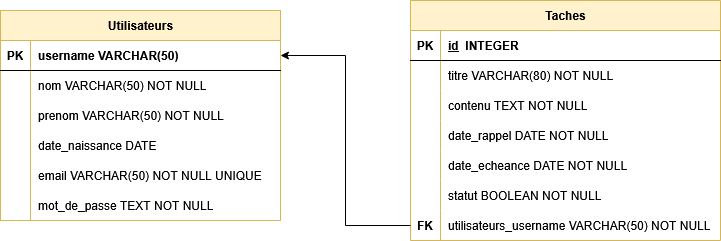
Before: Projet/Remise2/attachments/DB-SchemaLogique.drawio.png, a diagram exported from draw.io (obiard-ind/web). Source tidied: cells renumbered, new cells last; positions are measured from the earlier drawing's top-left corner, leaving out a move shared by most shapes.
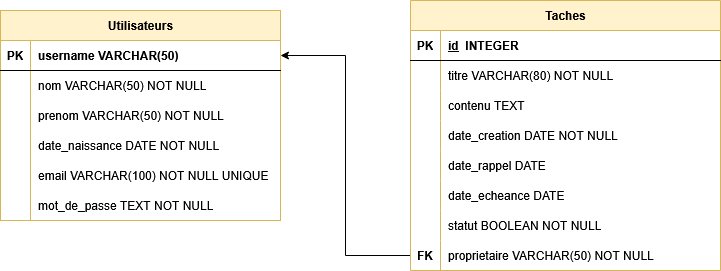
Above is the later version.

Commit message:
Update : schema logique DB

Diff of the diagram source:
```diff
@@ -38,7 +38,7 @@
     <mxCell id="13" style="shape=partialRectangle;fillColor=none;top=0;left=0;bottom=0;right=0;overflow=hidden;whiteSpace=wrap;html=1;" parent="12" vertex="1">
       <mxGeometry width="30" height="30" as="geometry" />
     </mxCell>
-    <mxCell id="14" value="date_naissance DATE" style="shape=partialRectangle;fillColor=none;top=0;left=0;bottom=0;right=0;align=left;spacingLeft=6;overflow=hidden;whiteSpace=wrap;html=1;" parent="12" vertex="1">
+    <mxCell id="14" value="date_naissance DATE NOT NULL" style="shape=partialRectangle;fillColor=none;top=0;left=0;bottom=0;right=0;align=left;spacingLeft=6;overflow=hidden;whiteSpace=wrap;html=1;" parent="12" vertex="1">
       <mxGeometry x="30" width="250" height="30" as="geometry" />
     </mxCell>
     <mxCell id="15" style="shape=tableRow;horizontal=0;startSize=0;swimlaneHead=0;swimlaneBody=0;fillColor=none;top=0;left=0;right=0;bottom=0;" parent="2" vertex="1">
@@ -47,7 +47,7 @@
     <mxCell id="16" style="shape=partialRectangle;fillColor=none;top=0;left=0;bottom=0;right=0;overflow=hidden;whiteSpace=wrap;html=1;" parent="15" vertex="1">
       <mxGeometry width="30" height="30" as="geometry" />
     </mxCell>
-    <mxCell id="17" value="email VARCHAR(50) NOT NULL UNIQUE" style="shape=partialRectangle;fillColor=none;top=0;left=0;bottom=0;right=0;align=left;spacingLeft=6;overflow=hidden;whiteSpace=wrap;html=1;" parent="15" vertex="1">
+    <mxCell id="17" value="email VARCHAR(100) NOT NULL UNIQUE" style="shape=partialRectangle;fillColor=none;top=0;left=0;bottom=0;right=0;align=left;spacingLeft=6;overflow=hidden;whiteSpace=wrap;html=1;" parent="15" vertex="1">
       <mxGeometry x="30" width="250" height="30" as="geometry" />
     </mxCell>
     <mxCell id="18" style="shape=tableRow;horizontal=0;startSize=0;swimlaneHead=0;swimlaneBody=0;fillColor=none;top=0;left=0;right=0;bottom=0;" parent="2" vertex="1">
@@ -59,8 +59,11 @@
     <mxCell id="20" value="mot_de_passe TEXT NOT NULL" style="shape=partialRectangle;fillColor=none;top=0;left=0;bottom=0;right=0;align=left;spacingLeft=6;overflow=hidden;whiteSpace=wrap;html=1;" parent="18" vertex="1">
       <mxGeometry x="30" width="250" height="30" as="geometry" />
     </mxCell>
+    <mxCell id="43" style="edgeStyle=orthogonalEdgeStyle;rounded=0;jettySize=auto;html=1;entryX=1;entryY=0.5;entryDx=0;entryDy=0;exitX=0;exitY=0.5;exitDx=0;exitDy=0;" parent="1" edge="1" source="44" target="3">
+      <mxGeometry relative="1" as="geometry" />
+    </mxCell>
     <mxCell id="21" value="Taches" style="shape=table;startSize=30;rowLines=0;fontStyle=1;align=center;html=1;fillColor=#fff2cc;strokeColor=#d6b656;" parent="1" vertex="1">
-      <mxGeometry x="410" width="310" height="240" as="geometry" />
+      <mxGeometry x="410" width="310" height="270" as="geometry" />
     </mxCell>
     <mxCell id="22" style="shape=tableRow;horizontal=0;startSize=0;swimlaneHead=0;swimlaneBody=0;fillColor=none;top=0;left=0;right=0;bottom=1;" parent="21" vertex="1">
       <mxGeometry y="30" width="310" height="30" as="geometry" />
@@ -86,7 +89,7 @@
     <mxCell id="29" style="shape=partialRectangle;fillColor=none;top=0;left=0;bottom=0;right=0;overflow=hidden;whiteSpace=wrap;html=1;" parent="28" vertex="1">
       <mxGeometry width="30" height="30" as="geometry" />
     </mxCell>
-    <mxCell id="30" value="contenu TEXT NOT NULL" style="shape=partialRectangle;fillColor=none;top=0;left=0;bottom=0;right=0;align=left;spacingLeft=6;overflow=hidden;whiteSpace=wrap;html=1;" parent="28" vertex="1">
+    <mxCell id="30" value="contenu TEXT" style="shape=partialRectangle;fillColor=none;top=0;left=0;bottom=0;right=0;align=left;spacingLeft=6;overflow=hidden;whiteSpace=wrap;html=1;" parent="28" vertex="1">
       <mxGeometry x="30" width="280" height="30" as="geometry" />
     </mxCell>
     <mxCell id="31" style="shape=tableRow;horizontal=0;startSize=0;swimlaneHead=0;swimlaneBody=0;fillColor=none;top=0;left=0;right=0;bottom=0;" parent="21" vertex="1">
@@ -95,7 +98,7 @@
     <mxCell id="32" style="shape=partialRectangle;fillColor=none;top=0;left=0;bottom=0;right=0;overflow=hidden;whiteSpace=wrap;html=1;" parent="31" vertex="1">
       <mxGeometry width="30" height="30" as="geometry" />
     </mxCell>
-    <mxCell id="33" value="date_rappel DATE NOT NULL" style="shape=partialRectangle;fillColor=none;top=0;left=0;bottom=0;right=0;align=left;spacingLeft=6;overflow=hidden;whiteSpace=wrap;html=1;" parent="31" vertex="1">
+    <mxCell id="33" value="date_creation DATE NOT NULL" style="shape=partialRectangle;fillColor=none;top=0;left=0;bottom=0;right=0;align=left;spacingLeft=6;overflow=hidden;whiteSpace=wrap;html=1;" parent="31" vertex="1">
       <mxGeometry x="30" width="280" height="30" as="geometry" />
     </mxCell>
     <mxCell id="34" style="shape=tableRow;horizontal=0;startSize=0;swimlaneHead=0;swimlaneBody=0;fillColor=none;top=0;left=0;right=0;bottom=0;" parent="21" vertex="1">
@@ -104,7 +107,7 @@
     <mxCell id="35" style="shape=partialRectangle;fillColor=none;top=0;left=0;bottom=0;right=0;overflow=hidden;whiteSpace=wrap;html=1;" parent="34" vertex="1">
       <mxGeometry width="30" height="30" as="geometry" />
     </mxCell>
-    <mxCell id="36" value="date_echeance DATE NOT NULL&amp;nbsp;" style="shape=partialRectangle;fillColor=none;top=0;left=0;bottom=0;right=0;align=left;spacingLeft=6;overflow=hidden;whiteSpace=wrap;html=1;" parent="34" vertex="1">
+    <mxCell id="36" value="date_rappel DATE&amp;nbsp;" style="shape=partialRectangle;fillColor=none;top=0;left=0;bottom=0;right=0;align=left;spacingLeft=6;overflow=hidden;whiteSpace=wrap;html=1;" parent="34" vertex="1">
       <mxGeometry x="30" width="280" height="30" as="geometry" />
     </mxCell>
     <mxCell id="37" style="shape=tableRow;horizontal=0;startSize=0;swimlaneHead=0;swimlaneBody=0;fillColor=none;top=0;left=0;right=0;bottom=0;" parent="21" vertex="1">
@@ -113,20 +116,26 @@
     <mxCell id="38" style="shape=partialRectangle;fillColor=none;top=0;left=0;bottom=0;right=0;overflow=hidden;whiteSpace=wrap;html=1;" parent="37" vertex="1">
       <mxGeometry width="30" height="30" as="geometry" />
     </mxCell>
-    <mxCell id="39" value="statut BOOLEAN NOT NULL" style="shape=partialRectangle;fillColor=none;top=0;left=0;bottom=0;right=0;align=left;spacingLeft=6;overflow=hidden;whiteSpace=wrap;html=1;" parent="37" vertex="1">
+    <mxCell id="39" value="date_echeance DATE" style="shape=partialRectangle;fillColor=none;top=0;left=0;bottom=0;right=0;align=left;spacingLeft=6;overflow=hidden;whiteSpace=wrap;html=1;" parent="37" vertex="1">
       <mxGeometry x="30" width="280" height="30" as="geometry" />
     </mxCell>
     <mxCell id="40" style="shape=tableRow;horizontal=0;startSize=0;swimlaneHead=0;swimlaneBody=0;fillColor=none;points=[[0,0.5],[1,0.5]];portConstraint=eastwest;top=0;left=0;right=0;bottom=0;" parent="21" vertex="1">
       <mxGeometry y="210" width="310" height="30" as="geometry" />
     </mxCell>
-    <mxCell id="41" value="FK" style="shape=partialRectangle;fillColor=none;top=0;left=0;bottom=0;right=0;overflow=hidden;whiteSpace=wrap;html=1;fontStyle=1;" parent="40" vertex="1">
+    <mxCell id="41" style="shape=partialRectangle;fillColor=none;top=0;left=0;bottom=0;right=0;overflow=hidden;whiteSpace=wrap;html=1;fontStyle=1;" parent="40" vertex="1">
       <mxGeometry width="30" height="30" as="geometry" />
     </mxCell>
-    <mxCell id="42" value="utilisateurs_username VARCHAR(50) NOT NULL" style="shape=partialRectangle;fillColor=none;top=0;left=0;bottom=0;right=0;align=left;spacingLeft=6;overflow=hidden;whiteSpace=wrap;html=1;" parent="40" vertex="1">
+    <mxCell id="42" value="statut BOOLEAN NOT NULL" style="shape=partialRectangle;fillColor=none;top=0;left=0;bottom=0;right=0;align=left;spacingLeft=6;overflow=hidden;whiteSpace=wrap;html=1;" parent="40" vertex="1">
       <mxGeometry x="30" width="280" height="30" as="geometry" />
     </mxCell>
-    <mxCell id="43" style="edgeStyle=orthogonalEdgeStyle;rounded=0;jettySize=auto;html=1;entryX=1;entryY=0.5;entryDx=0;entryDy=0;" parent="1" edge="1" source="40" target="3">
-      <mxGeometry relative="1" as="geometry" />
-    </mxCell>
+    <mxCell id="44" style="shape=tableRow;horizontal=0;startSize=0;swimlaneHead=0;swimlaneBody=0;fillColor=none;points=[[0,0.5],[1,0.5]];portConstraint=eastwest;top=0;left=0;right=0;bottom=0;" parent="21" vertex="1">
+      <mxGeometry y="240" width="310" height="30" as="geometry" />
+    </mxCell>
+    <mxCell id="45" value="&lt;b&gt;FK&lt;/b&gt;" style="shape=partialRectangle;fillColor=none;top=0;left=0;bottom=0;right=0;overflow=hidden;whiteSpace=wrap;html=1;" parent="44" vertex="1">
+      <mxGeometry width="30" height="30" as="geometry" />
+    </mxCell>
+    <mxCell id="46" value="proprietaire VARCHAR(50) NOT NULL" style="shape=partialRectangle;fillColor=none;top=0;left=0;bottom=0;right=0;align=left;spacingLeft=6;overflow=hidden;whiteSpace=wrap;html=1;" parent="44" vertex="1">
+      <mxGeometry x="30" width="280" height="30" as="geometry" />
+    </mxCell>
   </root>
 </mxGraphModel>
```
